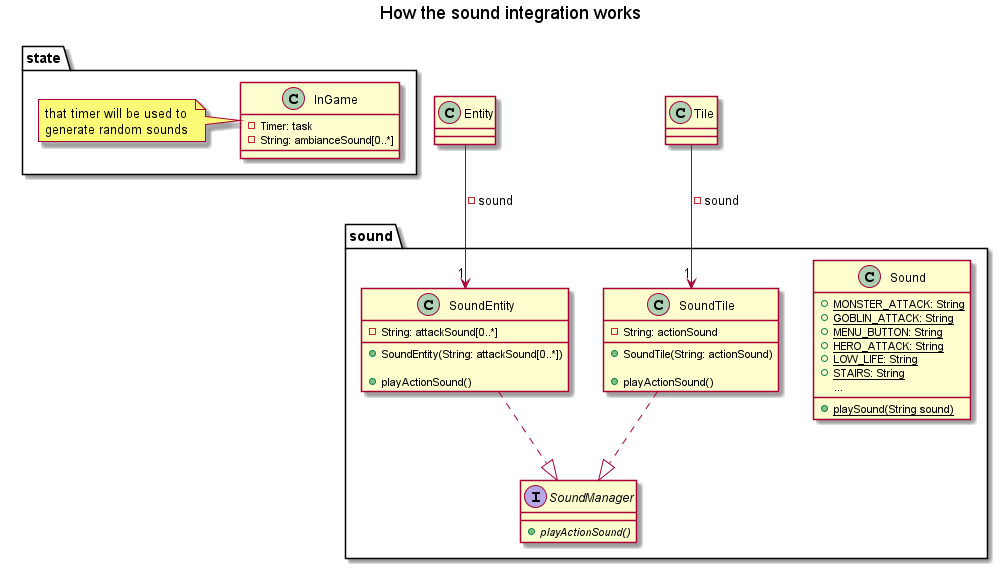
Before: doc/4_sprint/diagrams/class/sound.png, a diagram exported from PlantUML (Reynault/ACL_2019_Zelpop).
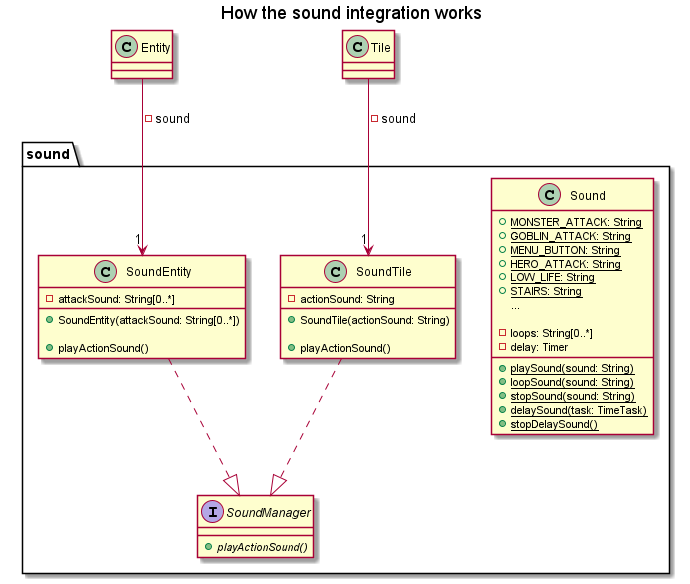
Later version of the same file.

What changed in the source:
```diff
@@ -12,21 +12,28 @@
         + {static}LOW_LIFE: String
         + {static}STAIRS: String
         ...
-        + {static}playSound(String sound)
+        + {static}playSound(sound: String)
+
+        - loops: String[0..*]
+        - delay: Timer
+
+        + {static}loopSound(sound: String)
+        + {static}stopSound(sound: String)
+        + {static}delaySound(task: TimeTask)
+        + {static}stopDelaySound()
     }
 
     class SoundEntity{
-        - String: attackSound[0..*]
+        - attackSound: String[0..*]
 
-        + SoundEntity(String: attackSound[0..*])
+        + SoundEntity(attackSound: String[0..*])
 
         + playActionSound()
     }
 
-
     class SoundTile{
-        - String: actionSound
-        + SoundTile(String: actionSound)
+        - actionSound: String
+        + SoundTile(actionSound: String)
 
         + playActionSound()
     }
@@ -36,16 +43,6 @@
     }
 }
 
-package state{
-
-    class InGame{
-        - Timer: task
-        - String: ambianceSound[0..*]
-    }
-    note left: that timer will be used to \ngenerate random sounds
-
-}
-
 Entity --> "1" SoundEntity: -sound
 Tile --> "1" SoundTile: -sound
 
```
